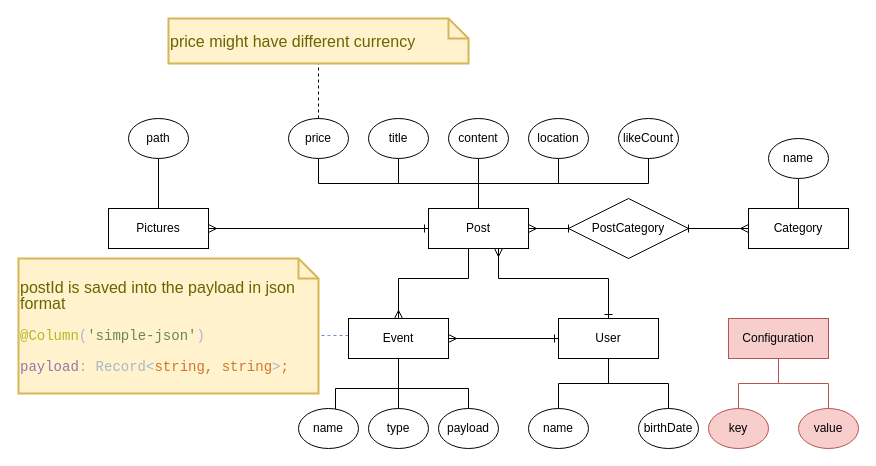
This is divar-er.drawio from mostafa8026/nestjs-course, a draw.io file, before an edit. Source tidied: cells renumbered, new cells numbered last; positions are measured from the earlier drawing's top-left corner, leaving out a move shared by most shapes. Both pictures are drawn from the tidied source at 100%, with x=0, y=0 at pixel (18, 18).
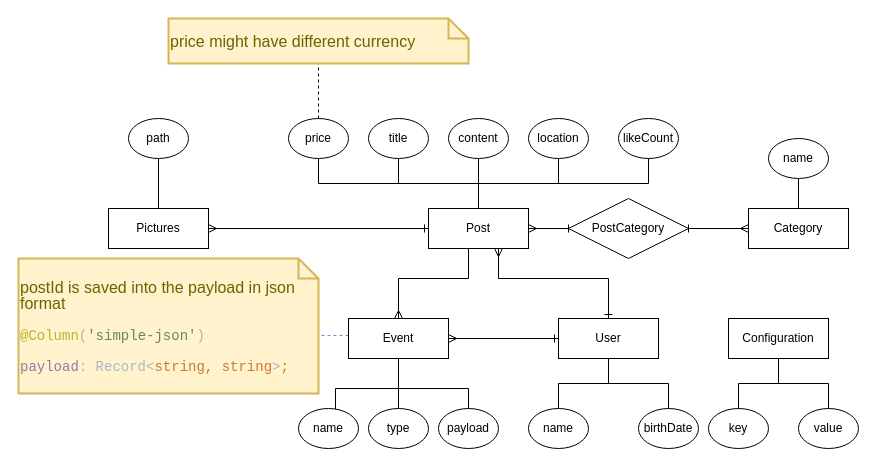
Above is the later version.

Diff of the diagram source:
```diff
@@
-    <mxCell id="42" style="edgeStyle=orthogonalEdgeStyle;rounded=0;jettySize=auto;html=1;entryX=0.5;entryY=0;entryDx=0;entryDy=0;startArrow=none;startFill=0;endArrow=none;endFill=0;strokeWidth=1;fillColor=#f8cecc;strokeColor=#b85450;" parent="1" edge="1" source="44" target="45">
+    <mxCell id="42" style="edgeStyle=orthogonalEdgeStyle;rounded=0;jettySize=auto;html=1;entryX=0.5;entryY=0;entryDx=0;entryDy=0;startArrow=none;startFill=0;endArrow=none;endFill=0;strokeWidth=1;" parent="1" edge="1" source="44" target="45">
       <mxGeometry relative="1" as="geometry" />
     </mxCell>
-    <mxCell id="43" style="edgeStyle=orthogonalEdgeStyle;rounded=0;jettySize=auto;html=1;entryX=0.5;entryY=0;entryDx=0;entryDy=0;startArrow=none;startFill=0;endArrow=none;endFill=0;strokeWidth=1;fillColor=#f8cecc;strokeColor=#b85450;" parent="1" edge="1" source="44" target="46">
+    <mxCell id="43" style="edgeStyle=orthogonalEdgeStyle;rounded=0;jettySize=auto;html=1;entryX=0.5;entryY=0;entryDx=0;entryDy=0;startArrow=none;startFill=0;endArrow=none;endFill=0;strokeWidth=1;" parent="1" edge="1" source="44" target="46">
       <mxGeometry relative="1" as="geometry" />
     </mxCell>
-    <mxCell id="44" value="Configuration" style="whiteSpace=wrap;html=1;align=center;fillColor=#f8cecc;strokeColor=#b85450;" parent="1" vertex="1">
+    <mxCell id="44" value="Configuration" style="whiteSpace=wrap;html=1;align=center;" parent="1" vertex="1">
       <mxGeometry x="710" y="300" width="100" height="40" as="geometry" />
     </mxCell>
-    <mxCell id="45" value="key" style="ellipse;whiteSpace=wrap;html=1;align=center;fillColor=#f8cecc;strokeColor=#b85450;" parent="1" vertex="1">
+    <mxCell id="45" value="key" style="ellipse;whiteSpace=wrap;html=1;align=center;" parent="1" vertex="1">
       <mxGeometry x="690" y="390" width="60" height="40" as="geometry" />
     </mxCell>
-    <mxCell id="46" value="value" style="ellipse;whiteSpace=wrap;html=1;align=center;fillColor=#f8cecc;strokeColor=#b85450;" parent="1" vertex="1">
+    <mxCell id="46" value="value" style="ellipse;whiteSpace=wrap;html=1;align=center;" parent="1" vertex="1">
       <mxGeometry x="780" y="390" width="60" height="40" as="geometry" />
     </mxCell>
```
